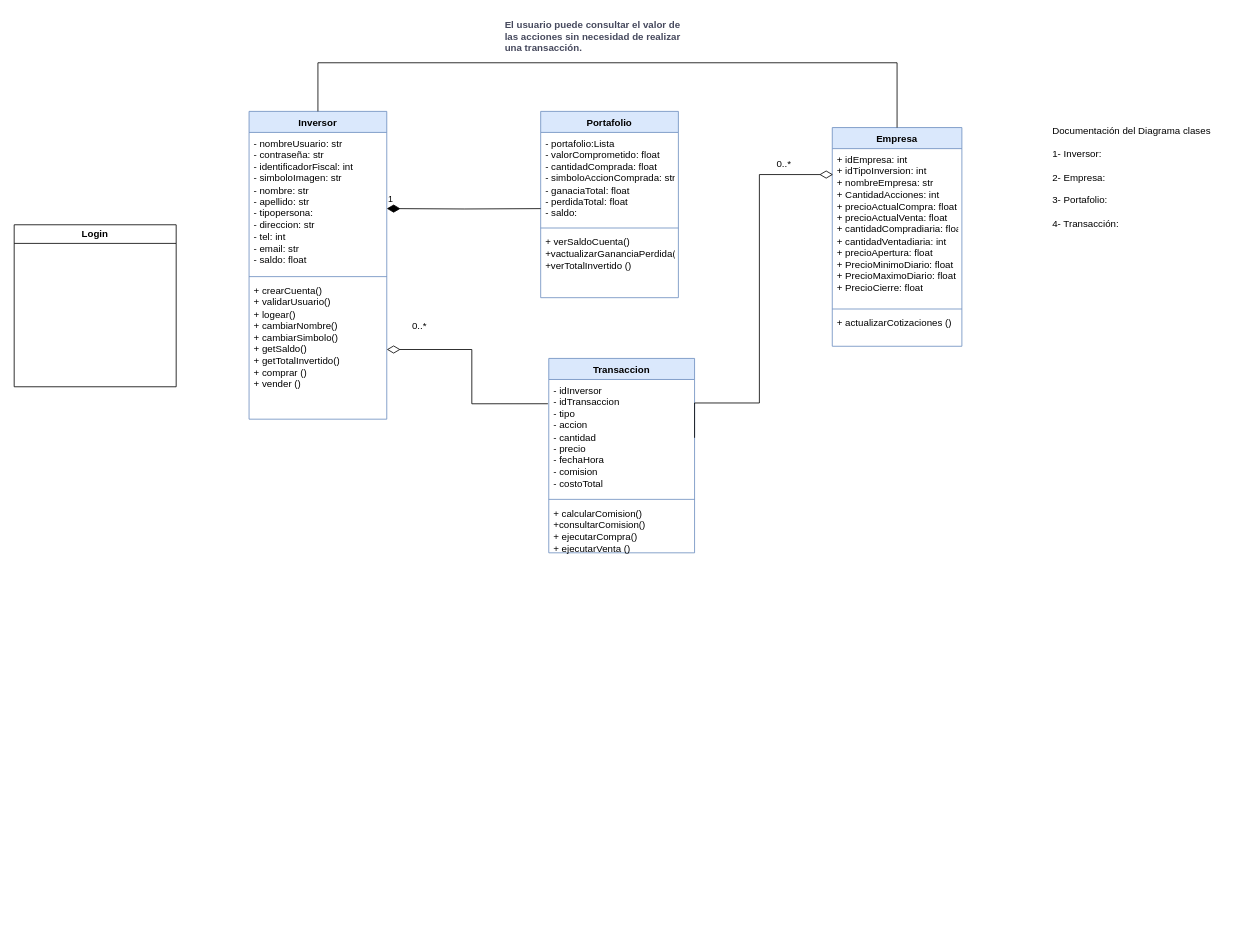
The draw.io diagram page "Página-2" (2 of 2) of Documentación/Diagrama-de-Clases.drawio in INNOVAcodersISPC/ARGBroker, before the edit. Source tidied: cells renumbered, new cells numbered last; positions are measured from the earlier drawing's top-left corner, leaving out a move shared by most shapes. Both pictures are drawn from the tidied source at 81%, with x=0, y=0 at pixel (14, 14).
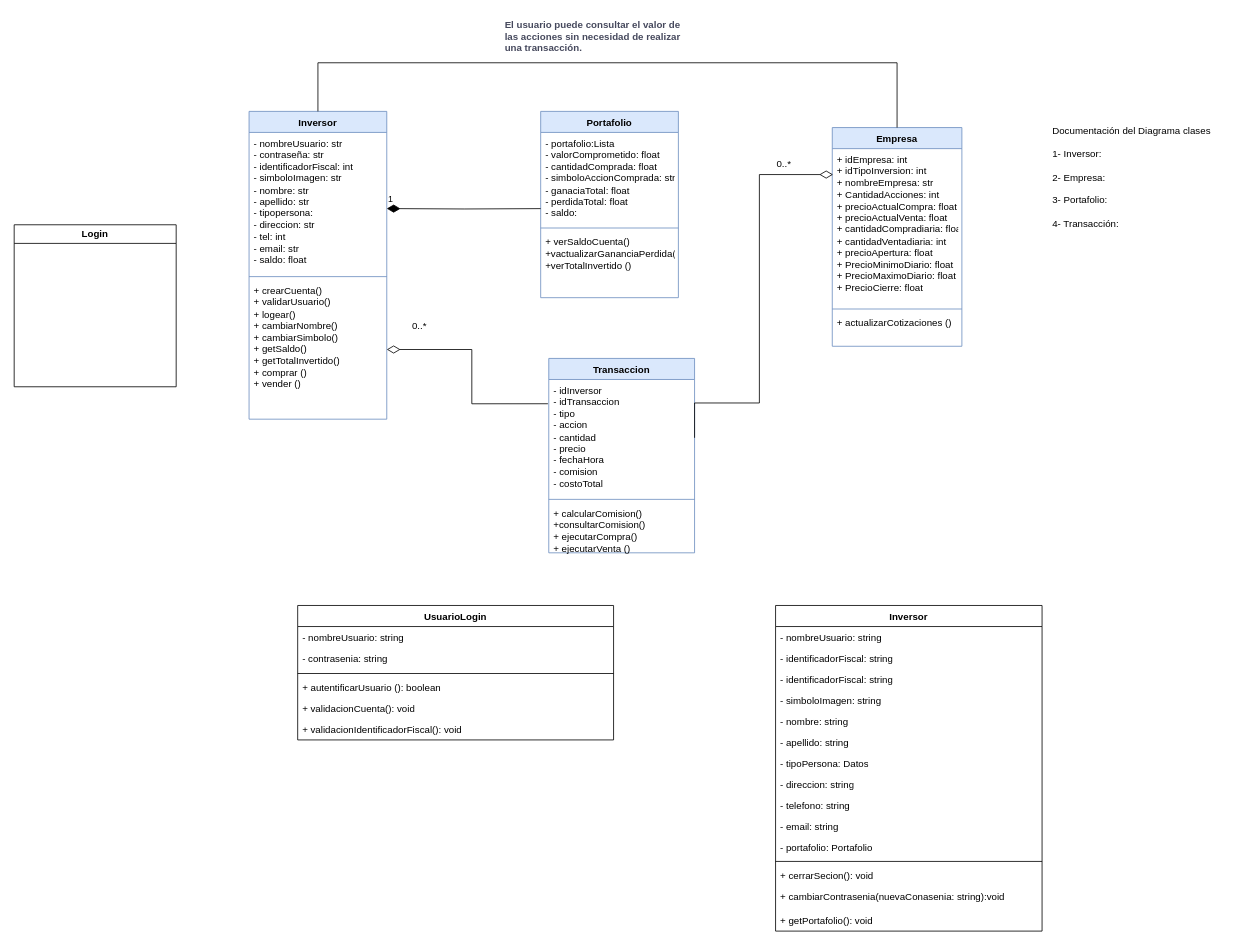
After the change.

Commit message:
creacion de dos clases - login inversor

Change to the diagram source:
```diff
@@
+    <mxCell id="27" value="UsuarioLogin" style="swimlane;fontStyle=1;align=center;verticalAlign=top;horizontal=1;startSize=26;whiteSpace=wrap;html=1;" parent="1" vertex="1">
+      <mxGeometry x="350" y="730" width="390" height="166" as="geometry" />
+    </mxCell>
+    <mxCell id="28" value="- nombreUsuario: string" style="text;strokeColor=none;fillColor=none;align=left;verticalAlign=top;spacingLeft=4;spacingRight=4;overflow=hidden;whiteSpace=wrap;html=1;" parent="27" vertex="1">
+      <mxGeometry y="26" width="390" height="26" as="geometry" />
+    </mxCell>
+    <mxCell id="29" value="- contrasenia: string" style="text;strokeColor=none;fillColor=none;align=left;verticalAlign=top;spacingLeft=4;spacingRight=4;overflow=hidden;whiteSpace=wrap;html=1;" parent="27" vertex="1">
+      <mxGeometry y="52" width="390" height="28" as="geometry" />
+    </mxCell>
+    <mxCell id="30" style="line;strokeWidth=1;fillColor=none;align=left;verticalAlign=middle;spacingTop=-1;spacingLeft=3;spacingRight=3;labelPosition=right;strokeColor=inherit;" parent="27" vertex="1">
+      <mxGeometry y="80" width="390" height="8" as="geometry" />
+    </mxCell>
+    <mxCell id="31" value="+ autentificarUsuario (): boolean" style="text;strokeColor=none;fillColor=none;align=left;verticalAlign=top;spacingLeft=4;spacingRight=4;overflow=hidden;whiteSpace=wrap;html=1;" parent="27" vertex="1">
+      <mxGeometry y="88" width="390" height="26" as="geometry" />
+    </mxCell>
+    <mxCell id="32" value="+ validacionCuenta(): void" style="text;strokeColor=none;fillColor=none;align=left;verticalAlign=top;spacingLeft=4;spacingRight=4;overflow=hidden;whiteSpace=wrap;html=1;" parent="27" vertex="1">
+      <mxGeometry y="114" width="390" height="26" as="geometry" />
+    </mxCell>
+    <mxCell id="33" value="+ validacionIdentificadorFiscal(): void" style="text;strokeColor=none;fillColor=none;align=left;verticalAlign=top;spacingLeft=4;spacingRight=4;overflow=hidden;whiteSpace=wrap;html=1;" parent="27" vertex="1">
+      <mxGeometry y="140" width="390" height="26" as="geometry" />
+    </mxCell>
@@
+    <mxCell id="34" value="Inversor" style="swimlane;fontStyle=1;align=center;verticalAlign=top;horizontal=1;startSize=26;whiteSpace=wrap;html=1;" parent="1" vertex="1">
+      <mxGeometry x="940" y="730" width="329" height="402" as="geometry" />
+    </mxCell>
+    <mxCell id="35" value="- nombreUsuario: string" style="text;strokeColor=none;fillColor=none;align=left;verticalAlign=top;spacingLeft=4;spacingRight=4;overflow=hidden;whiteSpace=wrap;html=1;" parent="34" vertex="1">
+      <mxGeometry y="26" width="329" height="26" as="geometry" />
+    </mxCell>
+    <mxCell id="36" value="- identificadorFiscal: string" style="text;strokeColor=none;fillColor=none;align=left;verticalAlign=top;spacingLeft=4;spacingRight=4;overflow=hidden;whiteSpace=wrap;html=1;" parent="34" vertex="1">
+      <mxGeometry y="52" width="329" height="26" as="geometry" />
+    </mxCell>
+    <mxCell id="37" value="- identificadorFiscal: string" style="text;strokeColor=none;fillColor=none;align=left;verticalAlign=top;spacingLeft=4;spacingRight=4;overflow=hidden;whiteSpace=wrap;html=1;" parent="34" vertex="1">
+      <mxGeometry y="78" width="329" height="26" as="geometry" />
+    </mxCell>
+    <mxCell id="38" value="- simboloImagen: string" style="text;strokeColor=none;fillColor=none;align=left;verticalAlign=top;spacingLeft=4;spacingRight=4;overflow=hidden;whiteSpace=wrap;html=1;" parent="34" vertex="1">
+      <mxGeometry y="104" width="329" height="26" as="geometry" />
+    </mxCell>
+    <mxCell id="39" value="- nombre: string" style="text;strokeColor=none;fillColor=none;align=left;verticalAlign=top;spacingLeft=4;spacingRight=4;overflow=hidden;whiteSpace=wrap;html=1;" parent="34" vertex="1">
+      <mxGeometry y="130" width="329" height="26" as="geometry" />
+    </mxCell>
+    <mxCell id="40" value="- apellido: string" style="text;strokeColor=none;fillColor=none;align=left;verticalAlign=top;spacingLeft=4;spacingRight=4;overflow=hidden;whiteSpace=wrap;html=1;" parent="34" vertex="1">
+      <mxGeometry y="156" width="329" height="26" as="geometry" />
+    </mxCell>
+    <mxCell id="41" value="- tipoPersona: Datos" style="text;strokeColor=none;fillColor=none;align=left;verticalAlign=top;spacingLeft=4;spacingRight=4;overflow=hidden;whiteSpace=wrap;html=1;" parent="34" vertex="1">
+      <mxGeometry y="182" width="329" height="26" as="geometry" />
+    </mxCell>
+    <mxCell id="42" value="- direccion: string" style="text;strokeColor=none;fillColor=none;align=left;verticalAlign=top;spacingLeft=4;spacingRight=4;overflow=hidden;whiteSpace=wrap;html=1;" parent="34" vertex="1">
+      <mxGeometry y="208" width="329" height="26" as="geometry" />
+    </mxCell>
+    <mxCell id="43" value="- telefono: string" style="text;strokeColor=none;fillColor=none;align=left;verticalAlign=top;spacingLeft=4;spacingRight=4;overflow=hidden;whiteSpace=wrap;html=1;" parent="34" vertex="1">
+      <mxGeometry y="234" width="329" height="26" as="geometry" />
+    </mxCell>
+    <mxCell id="44" value="- email: string" style="text;strokeColor=none;fillColor=none;align=left;verticalAlign=top;spacingLeft=4;spacingRight=4;overflow=hidden;whiteSpace=wrap;html=1;" parent="34" vertex="1">
+      <mxGeometry y="260" width="329" height="26" as="geometry" />
+    </mxCell>
+    <mxCell id="45" value="- portafolio: Portafolio" style="text;strokeColor=none;fillColor=none;align=left;verticalAlign=top;spacingLeft=4;spacingRight=4;overflow=hidden;whiteSpace=wrap;html=1;" parent="34" vertex="1">
+      <mxGeometry y="286" width="329" height="26" as="geometry" />
+    </mxCell>
+    <mxCell id="46" style="line;strokeWidth=1;fillColor=none;align=left;verticalAlign=middle;spacingTop=-1;spacingLeft=3;spacingRight=3;labelPosition=right;strokeColor=inherit;" parent="34" vertex="1">
+      <mxGeometry y="312" width="329" height="8" as="geometry" />
+    </mxCell>
+    <mxCell id="47" value="+ cerrarSecion(): void" style="text;strokeColor=none;fillColor=none;align=left;verticalAlign=top;spacingLeft=4;spacingRight=4;overflow=hidden;whiteSpace=wrap;html=1;" parent="34" vertex="1">
+      <mxGeometry y="320" width="329" height="26" as="geometry" />
+    </mxCell>
+    <mxCell id="48" value="&lt;div&gt;+ cambiarContrasenia(nuevaConasenia: string):void&lt;/div&gt;" style="text;strokeColor=none;fillColor=none;align=left;verticalAlign=top;spacingLeft=4;spacingRight=4;overflow=hidden;whiteSpace=wrap;html=1;" parent="34" vertex="1">
+      <mxGeometry y="346" width="329" height="30" as="geometry" />
+    </mxCell>
+    <mxCell id="49" value="+ getPortafolio(): void" style="text;strokeColor=none;fillColor=none;align=left;verticalAlign=top;spacingLeft=4;spacingRight=4;overflow=hidden;whiteSpace=wrap;html=1;" parent="34" vertex="1">
+      <mxGeometry y="376" width="329" height="26" as="geometry" />
+    </mxCell>
```
